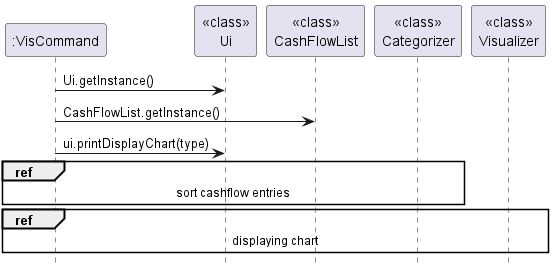
This is docs/images/vis/visualisationSequence.png from nus-cs2113-AY2324S1/tp, a PlantUML export, as it was before one commit.
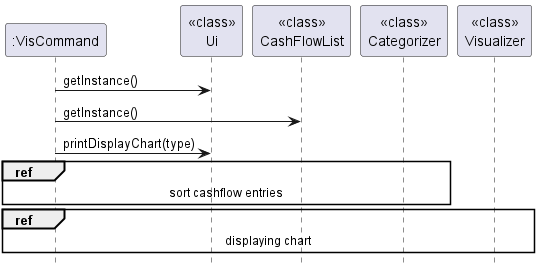
Above is the later version.

Commit message:
Update visualization sequence diagram

Diff of the diagram source:
```diff
@@ -6,11 +6,11 @@
 participant "<<class>>\nCategorizer"
 participant "<<class>>\nVisualizer"
 
-":VisCommand"-> "<<class>>\nUi": Ui.getInstance()
+":VisCommand"-> "<<class>>\nUi": getInstance()
 
-":VisCommand"-> "<<class>>\nCashFlowList": CashFlowList.getInstance()
+":VisCommand"-> "<<class>>\nCashFlowList": getInstance()
 
-":VisCommand"-> "<<class>>\nUi": ui.printDisplayChart(type)
+":VisCommand"-> "<<class>>\nUi": printDisplayChart(type)
 
 ref over "<<class>>\nCategorizer", ":VisCommand" : sort cashflow entries
 
```
